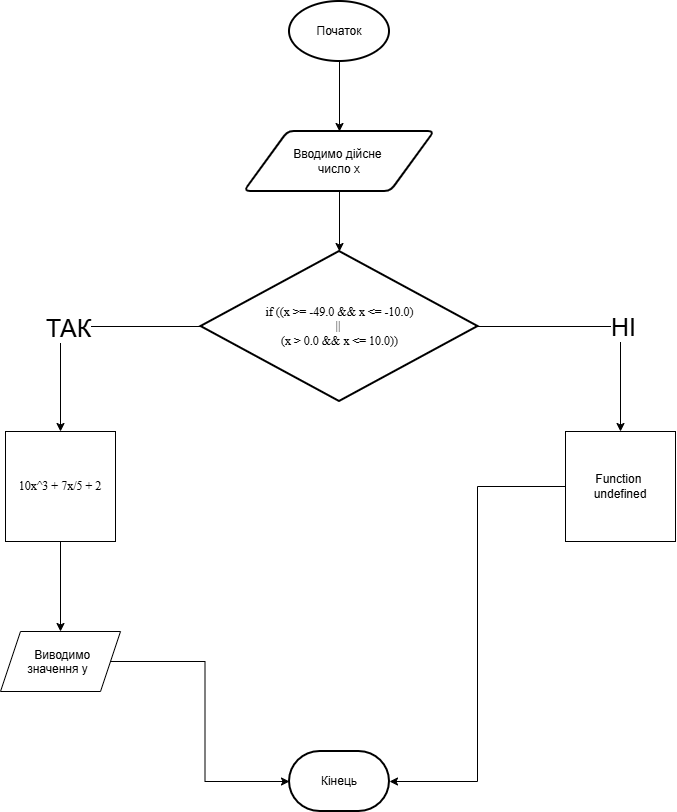
Before: Lab1/блок схема 1.png, a diagram exported from draw.io (PylypenkoArtemIO63/-). Source tidied: cells renumbered, new cells last; positions are measured from the earlier drawing's top-left corner, leaving out a move shared by most shapes. Source of this version:
```xml
<mxGraphModel>
  <root>
    <mxCell id="0" />
    <mxCell id="1" parent="0" />
    <mxCell id="2" style="edgeStyle=orthogonalEdgeStyle;rounded=0;jettySize=auto;html=1;entryX=0.5;entryY=0;entryDx=0;entryDy=0;" parent="1" edge="1" target="4">
      <mxGeometry relative="1" as="geometry">
        <mxPoint x="339" y="60" as="sourcePoint" />
      </mxGeometry>
    </mxCell>
    <mxCell id="3" style="edgeStyle=orthogonalEdgeStyle;rounded=0;jettySize=auto;html=1;" parent="1" edge="1" source="4" target="9">
      <mxGeometry relative="1" as="geometry" />
    </mxCell>
    <mxCell id="4" value="Вводимо дійсне&amp;nbsp;&lt;div&gt;число&amp;nbsp;&lt;span style=&quot;background-color: transparent; color: light-dark(rgb(0, 0, 0), rgb(255, 255, 255));&quot;&gt;х&lt;/span&gt;&lt;/div&gt;" style="shape=parallelogram;html=1;strokeWidth=2;perimeter=parallelogramPerimeter;whiteSpace=wrap;rounded=1;arcSize=12;size=0.23;" parent="1" vertex="1">
      <mxGeometry x="244" y="130" width="190" height="60" as="geometry" />
    </mxCell>
    <mxCell id="5" style="edgeStyle=orthogonalEdgeStyle;rounded=0;jettySize=auto;html=1;entryX=0.5;entryY=0;entryDx=0;entryDy=0;" parent="1" edge="1" source="9" target="11">
      <mxGeometry x="-0.41" relative="1" as="geometry" />
    </mxCell>
    <mxCell id="6" value="&lt;font style=&quot;font-size: 25px;&quot;&gt;ТАК&lt;/font&gt;" style="edgeLabel;html=1;align=center;verticalAlign=middle;" parent="5" vertex="1">
      <mxGeometry x="0.08" relative="1" as="geometry" />
    </mxCell>
    <mxCell id="7" style="edgeStyle=orthogonalEdgeStyle;rounded=0;jettySize=auto;html=1;entryX=0.5;entryY=0;entryDx=0;entryDy=0;" parent="1" edge="1" source="9" target="13">
      <mxGeometry x="-0.36" relative="1" as="geometry" />
    </mxCell>
    <mxCell id="8" value="&lt;font style=&quot;font-size: 25px;&quot;&gt;НІ&lt;/font&gt;" style="edgeLabel;html=1;align=center;verticalAlign=middle;" parent="7" vertex="1">
      <mxGeometry x="0.17" y="-3" relative="1" as="geometry">
        <mxPoint x="5" y="-3" as="offset" />
      </mxGeometry>
    </mxCell>
    <mxCell id="9" value="&lt;span id=&quot;docs-internal-guid-bb324b0f-7fff-4345-9109-6ca1a619b9e9&quot;&gt;&lt;font&gt;&lt;span style=&quot;font-family: &amp;quot;Times New Roman&amp;quot;, serif; color: rgb(0, 0, 0); background-color: transparent; font-variant: normal; vertical-align: baseline; white-space: pre-wrap;&quot;&gt;&amp;nbsp;&lt;/span&gt;&lt;span style=&quot;font-family: &amp;quot;Times New Roman&amp;quot;, serif; background-color: transparent; font-variant: normal; vertical-align: baseline; white-space: pre-wrap; color: light-dark(rgb(0, 0, 0), rgb(237, 237, 237));&quot;&gt;if ((x &amp;gt;= -49.0 &amp;amp;&amp;amp; x &amp;lt;= -10.0) &lt;/span&gt;&lt;/font&gt;&lt;/span&gt;&lt;div&gt;&lt;span&gt;&lt;span style=&quot;font-family: &amp;quot;Times New Roman&amp;quot;, serif; background-color: transparent; font-variant: normal; vertical-align: baseline; white-space: pre-wrap; color: light-dark(rgb(0, 0, 0), rgb(237, 237, 237));&quot;&gt;&lt;font&gt;|| &lt;/font&gt;&lt;/span&gt;&lt;/span&gt;&lt;div&gt;&lt;span&gt;&lt;span style=&quot;font-family: &amp;quot;Times New Roman&amp;quot;, serif; background-color: transparent; font-variant: normal; vertical-align: baseline; white-space: pre-wrap; color: light-dark(rgb(0, 0, 0), rgb(237, 237, 237));&quot;&gt;&lt;font&gt;(x &amp;gt; 0.0 &amp;amp;&amp;amp; x &amp;lt;= 10.0))&lt;/font&gt;&lt;/span&gt;&lt;/span&gt;&lt;/div&gt;&lt;/div&gt;" style="strokeWidth=2;html=1;shape=mxgraph.flowchart.decision;whiteSpace=wrap;" parent="1" vertex="1">
      <mxGeometry x="200.5" y="250" width="277" height="150" as="geometry" />
    </mxCell>
    <mxCell id="10" style="edgeStyle=orthogonalEdgeStyle;rounded=0;jettySize=auto;html=1;entryX=0.5;entryY=0;entryDx=0;entryDy=0;" parent="1" edge="1" source="11" target="15">
      <mxGeometry relative="1" as="geometry" />
    </mxCell>
    <mxCell id="11" value="&lt;span id=&quot;docs-internal-guid-dd1a027f-7fff-dbca-52d5-c42c95930ecb&quot;&gt;&lt;font&gt;&lt;span style=&quot;font-family: &amp;quot;Times New Roman&amp;quot;, serif; background-color: transparent; font-variant: normal; vertical-align: baseline; white-space: pre-wrap; color: light-dark(rgb(0, 0, 0), rgb(237, 237, 237));&quot;&gt;10x^3 + 7x/5 &lt;/span&gt;&lt;span style=&quot;font-family: &amp;quot;Times New Roman&amp;quot;, serif; background-color: transparent; font-variant: normal; vertical-align: baseline; white-space: pre-wrap; color: light-dark(rgb(0, 0, 0), rgb(237, 237, 237));&quot;&gt;+ 2&lt;/span&gt;&lt;/font&gt;&lt;/span&gt;" style="whiteSpace=wrap;html=1;" parent="1" vertex="1">
      <mxGeometry x="5" y="430" width="110" height="110" as="geometry" />
    </mxCell>
    <mxCell id="12" style="edgeStyle=orthogonalEdgeStyle;rounded=0;jettySize=auto;html=1;entryX=1;entryY=0.5;entryDx=0;entryDy=0;entryPerimeter=0;" parent="1" edge="1" source="13" target="17">
      <mxGeometry relative="1" as="geometry" />
    </mxCell>
    <mxCell id="13" value="Function&amp;nbsp;&lt;div&gt;undefined&lt;/div&gt;" style="whiteSpace=wrap;html=1;" parent="1" vertex="1">
      <mxGeometry x="565" y="430" width="110" height="110" as="geometry" />
    </mxCell>
    <mxCell id="14" style="edgeStyle=orthogonalEdgeStyle;rounded=0;jettySize=auto;html=1;entryX=0;entryY=0.5;entryDx=0;entryDy=0;entryPerimeter=0;" parent="1" edge="1" source="15" target="17">
      <mxGeometry relative="1" as="geometry" />
    </mxCell>
    <mxCell id="15" value="Виводимо значення у" style="shape=parallelogram;perimeter=parallelogramPerimeter;whiteSpace=wrap;html=1;shapeInside=1;fixedSize=1;" parent="1" vertex="1">
      <mxGeometry y="630" width="120" height="60" as="geometry" />
    </mxCell>
    <mxCell id="16" value="Початок" style="strokeWidth=2;html=1;shape=mxgraph.flowchart.start_1;whiteSpace=wrap;" parent="1" vertex="1">
      <mxGeometry x="289" width="100" height="60" as="geometry" />
    </mxCell>
    <mxCell id="17" value="Кінець" style="strokeWidth=2;html=1;shape=mxgraph.flowchart.terminator;whiteSpace=wrap;" parent="1" vertex="1">
      <mxGeometry x="289" y="750" width="100" height="60" as="geometry" />
    </mxCell>
  </root>
</mxGraphModel>
```
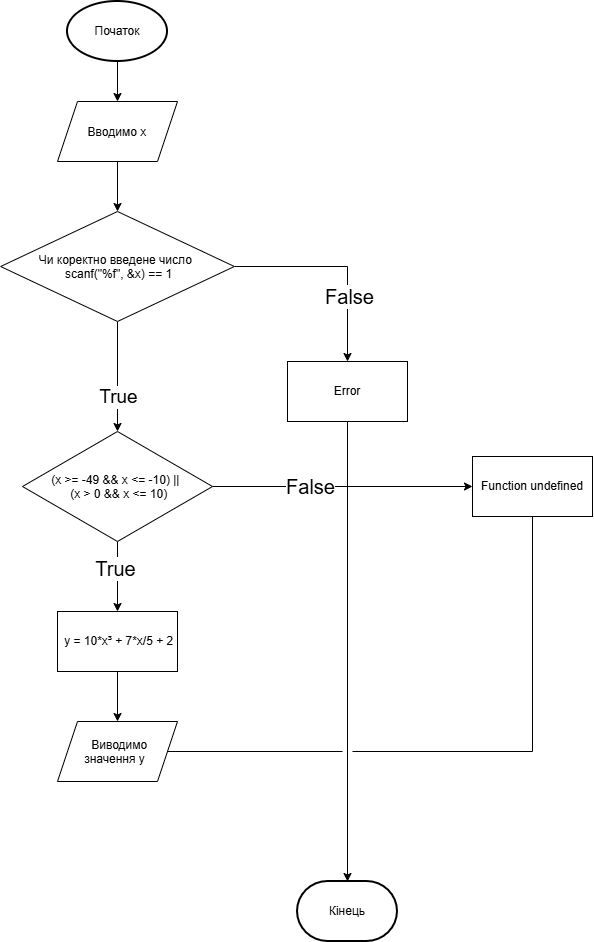
The same diagram one commit later.

The edit, as a diff of the source:
```diff
@@ -2,57 +2,84 @@
   <root>
     <mxCell id="0" />
     <mxCell id="1" parent="0" />
-    <mxCell id="2" style="edgeStyle=orthogonalEdgeStyle;rounded=0;jettySize=auto;html=1;entryX=0.5;entryY=0;entryDx=0;entryDy=0;" parent="1" edge="1" target="4">
-      <mxGeometry relative="1" as="geometry">
-        <mxPoint x="339" y="60" as="sourcePoint" />
-      </mxGeometry>
-    </mxCell>
-    <mxCell id="3" style="edgeStyle=orthogonalEdgeStyle;rounded=0;jettySize=auto;html=1;" parent="1" edge="1" source="4" target="9">
-      <mxGeometry relative="1" as="geometry" />
-    </mxCell>
-    <mxCell id="4" value="Вводимо дійсне&amp;nbsp;&lt;div&gt;число&amp;nbsp;&lt;span style=&quot;background-color: transparent; color: light-dark(rgb(0, 0, 0), rgb(255, 255, 255));&quot;&gt;х&lt;/span&gt;&lt;/div&gt;" style="shape=parallelogram;html=1;strokeWidth=2;perimeter=parallelogramPerimeter;whiteSpace=wrap;rounded=1;arcSize=12;size=0.23;" parent="1" vertex="1">
-      <mxGeometry x="244" y="130" width="190" height="60" as="geometry" />
-    </mxCell>
-    <mxCell id="5" style="edgeStyle=orthogonalEdgeStyle;rounded=0;jettySize=auto;html=1;entryX=0.5;entryY=0;entryDx=0;entryDy=0;" parent="1" edge="1" source="9" target="11">
-      <mxGeometry x="-0.41" relative="1" as="geometry" />
-    </mxCell>
-    <mxCell id="6" value="&lt;font style=&quot;font-size: 25px;&quot;&gt;ТАК&lt;/font&gt;" style="edgeLabel;html=1;align=center;verticalAlign=middle;" parent="5" vertex="1">
-      <mxGeometry x="0.08" relative="1" as="geometry" />
-    </mxCell>
-    <mxCell id="7" style="edgeStyle=orthogonalEdgeStyle;rounded=0;jettySize=auto;html=1;entryX=0.5;entryY=0;entryDx=0;entryDy=0;" parent="1" edge="1" source="9" target="13">
-      <mxGeometry x="-0.36" relative="1" as="geometry" />
-    </mxCell>
-    <mxCell id="8" value="&lt;font style=&quot;font-size: 25px;&quot;&gt;НІ&lt;/font&gt;" style="edgeLabel;html=1;align=center;verticalAlign=middle;" parent="7" vertex="1">
-      <mxGeometry x="0.17" y="-3" relative="1" as="geometry">
-        <mxPoint x="5" y="-3" as="offset" />
-      </mxGeometry>
-    </mxCell>
-    <mxCell id="9" value="&lt;span id=&quot;docs-internal-guid-bb324b0f-7fff-4345-9109-6ca1a619b9e9&quot;&gt;&lt;font&gt;&lt;span style=&quot;font-family: &amp;quot;Times New Roman&amp;quot;, serif; color: rgb(0, 0, 0); background-color: transparent; font-variant: normal; vertical-align: baseline; white-space: pre-wrap;&quot;&gt;&amp;nbsp;&lt;/span&gt;&lt;span style=&quot;font-family: &amp;quot;Times New Roman&amp;quot;, serif; background-color: transparent; font-variant: normal; vertical-align: baseline; white-space: pre-wrap; color: light-dark(rgb(0, 0, 0), rgb(237, 237, 237));&quot;&gt;if ((x &amp;gt;= -49.0 &amp;amp;&amp;amp; x &amp;lt;= -10.0) &lt;/span&gt;&lt;/font&gt;&lt;/span&gt;&lt;div&gt;&lt;span&gt;&lt;span style=&quot;font-family: &amp;quot;Times New Roman&amp;quot;, serif; background-color: transparent; font-variant: normal; vertical-align: baseline; white-space: pre-wrap; color: light-dark(rgb(0, 0, 0), rgb(237, 237, 237));&quot;&gt;&lt;font&gt;|| &lt;/font&gt;&lt;/span&gt;&lt;/span&gt;&lt;div&gt;&lt;span&gt;&lt;span style=&quot;font-family: &amp;quot;Times New Roman&amp;quot;, serif; background-color: transparent; font-variant: normal; vertical-align: baseline; white-space: pre-wrap; color: light-dark(rgb(0, 0, 0), rgb(237, 237, 237));&quot;&gt;&lt;font&gt;(x &amp;gt; 0.0 &amp;amp;&amp;amp; x &amp;lt;= 10.0))&lt;/font&gt;&lt;/span&gt;&lt;/span&gt;&lt;/div&gt;&lt;/div&gt;" style="strokeWidth=2;html=1;shape=mxgraph.flowchart.decision;whiteSpace=wrap;" parent="1" vertex="1">
-      <mxGeometry x="200.5" y="250" width="277" height="150" as="geometry" />
-    </mxCell>
-    <mxCell id="10" style="edgeStyle=orthogonalEdgeStyle;rounded=0;jettySize=auto;html=1;entryX=0.5;entryY=0;entryDx=0;entryDy=0;" parent="1" edge="1" source="11" target="15">
-      <mxGeometry relative="1" as="geometry" />
-    </mxCell>
-    <mxCell id="11" value="&lt;span id=&quot;docs-internal-guid-dd1a027f-7fff-dbca-52d5-c42c95930ecb&quot;&gt;&lt;font&gt;&lt;span style=&quot;font-family: &amp;quot;Times New Roman&amp;quot;, serif; background-color: transparent; font-variant: normal; vertical-align: baseline; white-space: pre-wrap; color: light-dark(rgb(0, 0, 0), rgb(237, 237, 237));&quot;&gt;10x^3 + 7x/5 &lt;/span&gt;&lt;span style=&quot;font-family: &amp;quot;Times New Roman&amp;quot;, serif; background-color: transparent; font-variant: normal; vertical-align: baseline; white-space: pre-wrap; color: light-dark(rgb(0, 0, 0), rgb(237, 237, 237));&quot;&gt;+ 2&lt;/span&gt;&lt;/font&gt;&lt;/span&gt;" style="whiteSpace=wrap;html=1;" parent="1" vertex="1">
-      <mxGeometry x="5" y="430" width="110" height="110" as="geometry" />
-    </mxCell>
-    <mxCell id="12" style="edgeStyle=orthogonalEdgeStyle;rounded=0;jettySize=auto;html=1;entryX=1;entryY=0.5;entryDx=0;entryDy=0;entryPerimeter=0;" parent="1" edge="1" source="13" target="17">
-      <mxGeometry relative="1" as="geometry" />
-    </mxCell>
+    <mxCell id="18" style="edgeStyle=orthogonalEdgeStyle;rounded=0;jettySize=auto;html=1;entryX=0.5;entryY=0;entryDx=0;entryDy=0;" parent="1" edge="1" source="16" target="20">
+      <mxGeometry relative="1" as="geometry" />
+    </mxCell>
+    <mxCell id="16" value="Початок" style="strokeWidth=2;html=1;shape=mxgraph.flowchart.start_1;whiteSpace=wrap;" parent="1" vertex="1">
+      <mxGeometry x="160" y="-20" width="100" height="60" as="geometry" />
+    </mxCell>
+    <mxCell id="19" style="edgeStyle=orthogonalEdgeStyle;rounded=0;jettySize=auto;html=1;entryX=0.5;entryY=0;entryDx=0;entryDy=0;" parent="1" edge="1" source="20" target="25">
+      <mxGeometry relative="1" as="geometry" />
+    </mxCell>
+    <mxCell id="20" value="Вводимо х" style="shape=parallelogram;perimeter=parallelogramPerimeter;whiteSpace=wrap;html=1;shapeInside=1;fixedSize=1;" parent="1" vertex="1">
+      <mxGeometry x="150" y="80" width="120" height="60" as="geometry" />
+    </mxCell>
+    <mxCell id="21" style="edgeStyle=orthogonalEdgeStyle;rounded=0;jettySize=auto;html=1;entryX=0.5;entryY=0;entryDx=0;entryDy=0;" parent="1" edge="1" source="25" target="31">
+      <mxGeometry relative="1" as="geometry" />
+    </mxCell>
+    <mxCell id="22" value="&lt;font style=&quot;font-size: 19px;&quot;&gt;True&lt;/font&gt;" style="edgeLabel;html=1;align=center;verticalAlign=middle;" parent="21" vertex="1">
+      <mxGeometry x="0.39" relative="1" as="geometry" />
+    </mxCell>
+    <mxCell id="23" style="edgeStyle=orthogonalEdgeStyle;rounded=0;jettySize=auto;html=1;entryX=0.5;entryY=0;entryDx=0;entryDy=0;" parent="1" edge="1" source="25" target="26">
+      <mxGeometry relative="1" as="geometry" />
+    </mxCell>
+    <mxCell id="24" value="&lt;font style=&quot;font-size: 20px;&quot;&gt;False&lt;/font&gt;" style="edgeLabel;html=1;align=center;verticalAlign=middle;" parent="23" vertex="1">
+      <mxGeometry x="0.37" y="1" relative="1" as="geometry" />
+    </mxCell>
+    <mxCell id="25" value="Чи коректно введене число&amp;nbsp; &amp;nbsp;&lt;span style=&quot;text-decoration-line: inherit; background-color: transparent; color: light-dark(rgb(0, 0, 0), rgb(255, 255, 255));&quot;&gt;scanf(&quot;%f&quot;, &amp;amp;x) == 1&lt;/span&gt;" style="rhombus;whiteSpace=wrap;html=1;shapeInside=1;" parent="1" vertex="1">
+      <mxGeometry x="93.1" y="190" width="233.8" height="110" as="geometry" />
+    </mxCell>
+    <mxCell id="26" value="Error" style="rounded=0;whiteSpace=wrap;html=1;" parent="1" vertex="1">
+      <mxGeometry x="380" y="340" width="120" height="60" as="geometry" />
+    </mxCell>
+    <mxCell id="27" style="edgeStyle=orthogonalEdgeStyle;rounded=0;jettySize=auto;html=1;exitX=0.5;exitY=1;exitDx=0;exitDy=0;" parent="1" edge="1" source="31" target="34">
+      <mxGeometry relative="1" as="geometry" />
+    </mxCell>
+    <mxCell id="28" value="&lt;font style=&quot;font-size: 20px;&quot;&gt;True&lt;/font&gt;" style="edgeLabel;html=1;align=center;verticalAlign=middle;" parent="27" vertex="1">
+      <mxGeometry x="-0.26" y="-3" relative="1" as="geometry" />
+    </mxCell>
+    <mxCell id="29" style="edgeStyle=orthogonalEdgeStyle;rounded=0;jettySize=auto;html=1;entryX=0;entryY=0.5;entryDx=0;entryDy=0;" parent="1" edge="1" source="31" target="13">
+      <mxGeometry relative="1" as="geometry" />
+    </mxCell>
+    <mxCell id="30" value="&lt;font style=&quot;font-size: 20px;&quot;&gt;False&lt;/font&gt;" style="edgeLabel;html=1;align=center;verticalAlign=middle;" parent="29" vertex="1">
+      <mxGeometry x="-0.25" y="1" relative="1" as="geometry" />
+    </mxCell>
+    <mxCell id="31" value="(x &amp;gt;= -49 &amp;amp;&amp;amp; x &amp;lt;= -10)&amp;nbsp;||&amp;nbsp; &amp;nbsp;(x &amp;gt; 0 &amp;amp;&amp;amp; x &amp;lt;= 10)" style="rhombus;whiteSpace=wrap;html=1;shapeInside=1;" parent="1" vertex="1">
+      <mxGeometry x="115" y="410" width="190" height="110" as="geometry" />
+    </mxCell>
+    <mxCell id="17" value="Кінець" style="strokeWidth=2;html=1;shape=mxgraph.flowchart.terminator;whiteSpace=wrap;" parent="1" vertex="1">
+      <mxGeometry x="390" y="860" width="100" height="60" as="geometry" />
+    </mxCell>
+    <mxCell id="32" style="edgeStyle=orthogonalEdgeStyle;rounded=0;jettySize=auto;html=1;entryX=0.5;entryY=0;entryDx=0;entryDy=0;entryPerimeter=0;" parent="1" edge="1" source="26" target="17">
+      <mxGeometry relative="1" as="geometry" />
+    </mxCell>
+    <mxCell id="33" style="edgeStyle=orthogonalEdgeStyle;rounded=0;jettySize=auto;html=1;entryX=0.5;entryY=0;entryDx=0;entryDy=0;" parent="1" edge="1" source="34" target="15">
+      <mxGeometry relative="1" as="geometry" />
+    </mxCell>
+    <mxCell id="34" value="&amp;nbsp;y = 10*x³ + 7*x/5 + 2" style="rounded=0;whiteSpace=wrap;html=1;" parent="1" vertex="1">
+      <mxGeometry x="150" y="590" width="120" height="60" as="geometry" />
+    </mxCell>
+    <mxCell id="15" value="Виводимо значення у" style="shape=parallelogram;perimeter=parallelogramPerimeter;whiteSpace=wrap;html=1;shapeInside=1;fixedSize=1;" parent="1" vertex="1">
+      <mxGeometry x="150" y="700" width="120" height="60" as="geometry" />
+    </mxCell>
-    <mxCell id="13" value="Function&amp;nbsp;&lt;div&gt;undefined&lt;/div&gt;" style="whiteSpace=wrap;html=1;" parent="1" vertex="1">
-      <mxGeometry x="565" y="430" width="110" height="110" as="geometry" />
+    <mxCell id="13" value="Function undefined" style="rounded=0;whiteSpace=wrap;html=1;" parent="1" vertex="1">
+      <mxGeometry x="565" y="435" width="120" height="60" as="geometry" />
     </mxCell>
-    <mxCell id="14" style="edgeStyle=orthogonalEdgeStyle;rounded=0;jettySize=auto;html=1;entryX=0;entryY=0.5;entryDx=0;entryDy=0;entryPerimeter=0;" parent="1" edge="1" source="15" target="17">
-      <mxGeometry relative="1" as="geometry" />
-    </mxCell>
-    <mxCell id="15" value="Виводимо значення у" style="shape=parallelogram;perimeter=parallelogramPerimeter;whiteSpace=wrap;html=1;shapeInside=1;fixedSize=1;" parent="1" vertex="1">
-      <mxGeometry y="630" width="120" height="60" as="geometry" />
-    </mxCell>
-    <mxCell id="16" value="Початок" style="strokeWidth=2;html=1;shape=mxgraph.flowchart.start_1;whiteSpace=wrap;" parent="1" vertex="1">
-      <mxGeometry x="289" width="100" height="60" as="geometry" />
-    </mxCell>
-    <mxCell id="17" value="Кінець" style="strokeWidth=2;html=1;shape=mxgraph.flowchart.terminator;whiteSpace=wrap;" parent="1" vertex="1">
-      <mxGeometry x="289" y="750" width="100" height="60" as="geometry" />
-    </mxCell>
+    <mxCell id="35" style="endArrow=none;html=1;rounded=0;exitX=1;exitY=0.5;exitDx=0;exitDy=0;" parent="1" edge="1" source="15">
+      <mxGeometry relative="1" as="geometry">
+        <mxPoint x="435" y="730" as="targetPoint" />
+      </mxGeometry>
+    </mxCell>
+    <mxCell id="36" style="endArrow=none;html=1;rounded=0;entryX=0.5;entryY=1;entryDx=0;entryDy=0;" parent="1" edge="1" target="13">
+      <mxGeometry relative="1" as="geometry">
+        <mxPoint x="625" y="730" as="sourcePoint" />
+      </mxGeometry>
+    </mxCell>
+    <mxCell id="37" style="endArrow=none;html=1;rounded=0;" parent="1" edge="1">
+      <mxGeometry relative="1" as="geometry">
+        <mxPoint x="445" y="730" as="sourcePoint" />
+        <mxPoint x="625" y="730" as="targetPoint" />
+      </mxGeometry>
+    </mxCell>
   </root>
 </mxGraphModel>
```
